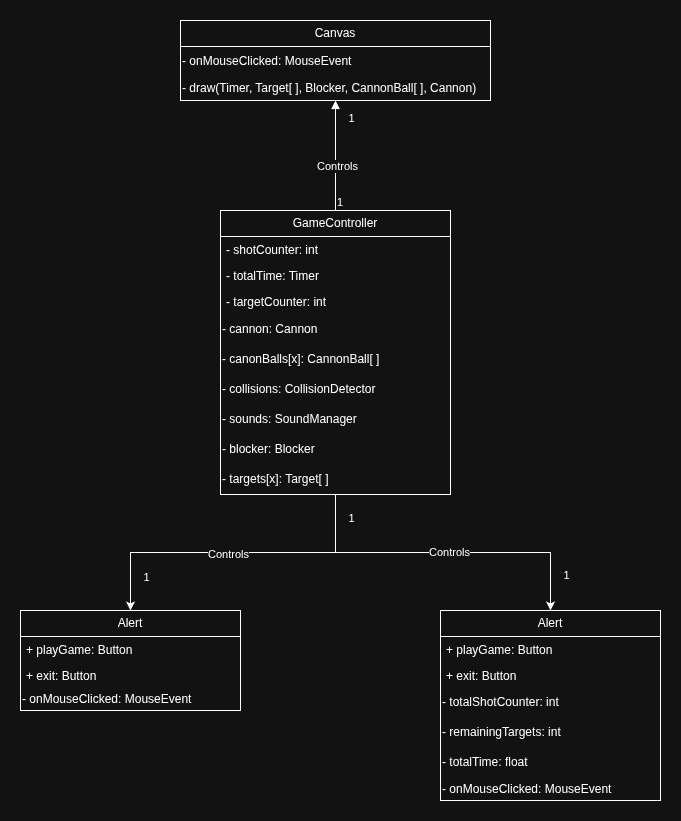
Earlier version of the draw.io export docs/UML/Class_Diagram_Merged.png (actellim/cannon_game). Source tidied: cells renumbered, new cells last; positions are measured from the earlier drawing's top-left corner, leaving out a move shared by most shapes.
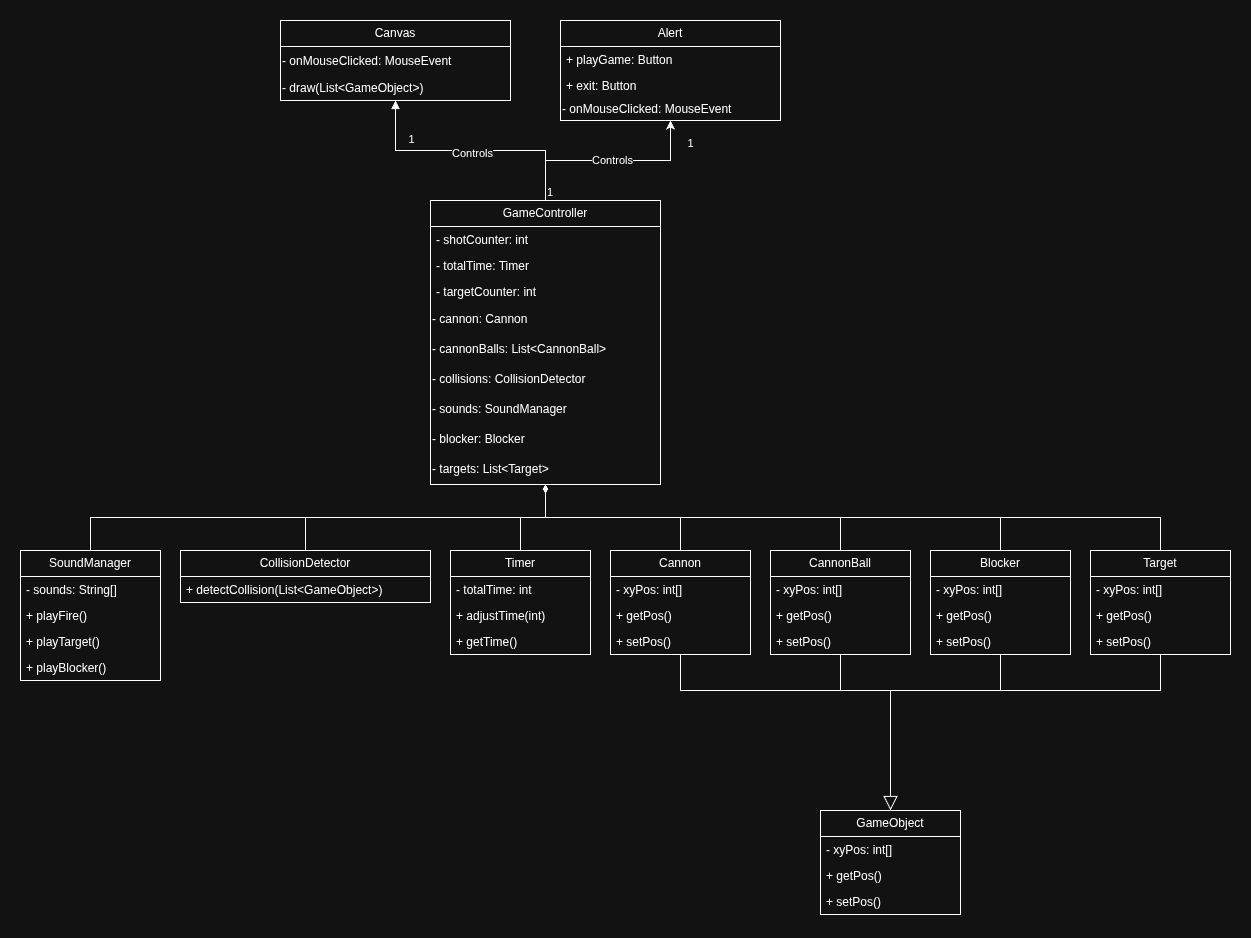
The same diagram one commit later.

Change to the diagram source:
```diff
@@ -2,24 +2,8 @@
   <root>
     <mxCell id="0" />
     <mxCell id="1" parent="0" />
-    <mxCell id="2" style="edgeStyle=orthogonalEdgeStyle;rounded=0;jettySize=auto;html=1;" parent="1" edge="1" source="6" target="22">
-      <mxGeometry relative="1" as="geometry" />
-    </mxCell>
-    <mxCell id="3" value="Controls" style="edgeLabel;html=1;align=center;verticalAlign=middle;" parent="2" vertex="1">
-      <mxGeometry x="0.03" y="1" relative="1" as="geometry" />
-    </mxCell>
-    <mxCell id="4" value="1" style="edgeLabel;html=1;align=center;verticalAlign=middle;" parent="2" vertex="1">
-      <mxGeometry x="-0.86" y="4" relative="1" as="geometry">
-        <mxPoint x="11" as="offset" />
-      </mxGeometry>
-    </mxCell>
-    <mxCell id="5" value="1" style="edgeLabel;html=1;align=center;verticalAlign=middle;" parent="2" vertex="1">
-      <mxGeometry x="0.79" y="-2" relative="1" as="geometry">
-        <mxPoint x="17" as="offset" />
-      </mxGeometry>
-    </mxCell>
     <mxCell id="6" value="GameController" style="swimlane;fontStyle=0;horizontal=1;startSize=26;fillColor=none;whiteSpace=wrap;html=1;" parent="1" vertex="1">
-      <mxGeometry x="200" y="190" width="230" height="284" as="geometry" />
+      <mxGeometry x="200" y="180" width="230" height="284" as="geometry" />
     </mxCell>
     <mxCell id="7" value="- shotCounter: int" style="text;strokeColor=none;fillColor=none;align=left;verticalAlign=top;spacingLeft=4;spacingRight=4;overflow=hidden;whiteSpace=wrap;html=1;" parent="6" vertex="1">
       <mxGeometry y="26" width="230" height="26" as="geometry" />
@@ -33,7 +17,7 @@
     <mxCell id="10" value="- cannon: Cannon" style="text;html=1;whiteSpace=wrap;strokeColor=none;fillColor=none;align=left;verticalAlign=middle;rounded=0;" parent="6" vertex="1">
       <mxGeometry y="104" width="230" height="30" as="geometry" />
     </mxCell>
-    <mxCell id="11" value="- canonBalls[x]: CannonBall[ ]" style="text;html=1;whiteSpace=wrap;strokeColor=none;fillColor=none;align=left;verticalAlign=middle;rounded=0;" parent="6" vertex="1">
+    <mxCell id="11" value="- cannonBalls: List&amp;lt;CannonBall&amp;gt;" style="text;html=1;whiteSpace=wrap;strokeColor=none;fillColor=none;align=left;verticalAlign=middle;rounded=0;" parent="6" vertex="1">
       <mxGeometry y="134" width="230" height="30" as="geometry" />
     </mxCell>
     <mxCell id="12" value="- collisions: CollisionDetector" style="text;html=1;whiteSpace=wrap;strokeColor=none;fillColor=none;align=left;verticalAlign=middle;rounded=0;" parent="6" vertex="1">
@@ -45,20 +29,25 @@
     <mxCell id="14" value="- blocker: Blocker" style="text;html=1;whiteSpace=wrap;strokeColor=none;fillColor=none;align=left;verticalAlign=middle;rounded=0;" parent="6" vertex="1">
       <mxGeometry y="224" width="230" height="30" as="geometry" />
     </mxCell>
-    <mxCell id="15" value="- targets[x]: Target[ ]" style="text;html=1;whiteSpace=wrap;strokeColor=none;fillColor=none;align=left;verticalAlign=middle;rounded=0;" parent="6" vertex="1">
+    <mxCell id="15" value="- targets: List&amp;lt;Target&amp;gt;" style="text;html=1;whiteSpace=wrap;strokeColor=none;fillColor=none;align=left;verticalAlign=middle;rounded=0;" parent="6" vertex="1">
       <mxGeometry y="254" width="230" height="30" as="geometry" />
     </mxCell>
     <mxCell id="16" value="Canvas" style="swimlane;fontStyle=0;horizontal=1;startSize=26;fillColor=none;whiteSpace=wrap;html=1;" parent="1" vertex="1">
-      <mxGeometry x="160" width="310" height="80" as="geometry" />
+      <mxGeometry x="50" width="230" height="80" as="geometry" />
     </mxCell>
     <mxCell id="17" value="- onMouseClicked: MouseEvent" style="text;html=1;whiteSpace=wrap;strokeColor=none;fillColor=none;align=left;verticalAlign=middle;rounded=0;" parent="16" vertex="1">
-      <mxGeometry y="26" width="310" height="30" as="geometry" />
+      <mxGeometry y="26" width="230" height="30" as="geometry" />
     </mxCell>
-    <mxCell id="18" value="- draw(Timer, Target[ ], Blocker, CannonBall[ ], Cannon)" style="text;html=1;whiteSpace=wrap;strokeColor=none;fillColor=none;align=left;verticalAlign=middle;rounded=0;" parent="16" vertex="1">
-      <mxGeometry y="56" width="310" height="24" as="geometry" />
+    <mxCell id="18" value="- draw(List&amp;lt;GameObject&amp;gt;)" style="text;html=1;whiteSpace=wrap;strokeColor=none;fillColor=none;align=left;verticalAlign=middle;rounded=0;" parent="16" vertex="1">
+      <mxGeometry y="56" width="230" height="24" as="geometry" />
     </mxCell>
     <mxCell id="19" value="Controls" style="endArrow=block;endFill=1;html=1;edgeStyle=orthogonalEdgeStyle;align=left;verticalAlign=top;rounded=0;entryX=0.5;entryY=1;entryDx=0;entryDy=0;exitX=0.5;exitY=0;exitDx=0;exitDy=0;" parent="1" edge="1" source="6" target="16">
-      <mxGeometry x="0.03" y="20" relative="1" as="geometry" />
+      <mxGeometry x="0.16" y="-10" relative="1" as="geometry">
+        <Array as="points">
+          <mxPoint x="315" y="130" />
+          <mxPoint x="165" y="130" />
+        </Array>
+      </mxGeometry>
     </mxCell>
     <mxCell id="20" value="1" style="edgeLabel;html=1;align=left;verticalAlign=bottom;" parent="19" vertex="1">
       <mxGeometry x="-1" relative="1" as="geometry" />
@@ -68,36 +57,19 @@
         <mxPoint x="13" as="offset" />
       </mxGeometry>
     </mxCell>
-    <mxCell id="22" value="Alert" style="swimlane;fontStyle=0;horizontal=1;startSize=26;fillColor=none;whiteSpace=wrap;html=1;" parent="1" vertex="1">
-      <mxGeometry y="590" width="220" height="100" as="geometry" />
-    </mxCell>
-    <mxCell id="23" value="+ playGame: Button" style="text;strokeColor=none;fillColor=none;align=left;verticalAlign=top;spacingLeft=4;spacingRight=4;overflow=hidden;whiteSpace=wrap;html=1;" parent="22" vertex="1">
-      <mxGeometry y="26" width="220" height="26" as="geometry" />
-    </mxCell>
-    <mxCell id="24" value="+ exit: Button" style="text;strokeColor=none;fillColor=none;align=left;verticalAlign=top;spacingLeft=4;spacingRight=4;overflow=hidden;whiteSpace=wrap;html=1;" parent="22" vertex="1">
-      <mxGeometry y="52" width="220" height="26" as="geometry" />
-    </mxCell>
-    <mxCell id="25" value="- onMouseClicked: MouseEvent" style="text;html=1;whiteSpace=wrap;strokeColor=none;fillColor=none;align=left;verticalAlign=middle;rounded=0;" parent="22" vertex="1">
-      <mxGeometry y="78" width="220" height="22" as="geometry" />
-    </mxCell>
     <mxCell id="26" style="edgeStyle=orthogonalEdgeStyle;rounded=0;jettySize=auto;html=1;" parent="1" edge="1" source="6" target="30">
       <mxGeometry relative="1" as="geometry" />
     </mxCell>
     <mxCell id="27" value="Controls" style="edgeLabel;html=1;align=center;verticalAlign=middle;" parent="26" vertex="1">
       <mxGeometry x="0.03" y="1" relative="1" as="geometry" />
     </mxCell>
-    <mxCell id="28" value="1" style="edgeLabel;html=1;align=center;verticalAlign=middle;" parent="26" vertex="1">
-      <mxGeometry x="-0.86" y="4" relative="1" as="geometry">
-        <mxPoint x="11" as="offset" />
-      </mxGeometry>
-    </mxCell>
     <mxCell id="29" value="1" style="edgeLabel;html=1;align=center;verticalAlign=middle;" parent="26" vertex="1">
       <mxGeometry x="0.79" y="-2" relative="1" as="geometry">
         <mxPoint x="17" as="offset" />
       </mxGeometry>
     </mxCell>
     <mxCell id="30" value="Alert" style="swimlane;fontStyle=0;horizontal=1;startSize=26;fillColor=none;whiteSpace=wrap;html=1;" parent="1" vertex="1">
-      <mxGeometry x="420" y="590" width="220" height="190" as="geometry" />
+      <mxGeometry x="330" width="220" height="100" as="geometry" />
     </mxCell>
     <mxCell id="31" value="+ playGame: Button" style="text;strokeColor=none;fillColor=none;align=left;verticalAlign=top;spacingLeft=4;spacingRight=4;overflow=hidden;whiteSpace=wrap;html=1;" parent="30" vertex="1">
       <mxGeometry y="26" width="220" height="26" as="geometry" />
@@ -105,20 +77,154 @@
     <mxCell id="32" value="+ exit: Button" style="text;strokeColor=none;fillColor=none;align=left;verticalAlign=top;spacingLeft=4;spacingRight=4;overflow=hidden;whiteSpace=wrap;html=1;" parent="30" vertex="1">
       <mxGeometry y="52" width="220" height="26" as="geometry" />
     </mxCell>
-    <mxCell id="33" style="group;" parent="30" vertex="1">
-      <mxGeometry y="78" width="220" height="90" as="geometry" />
-    </mxCell>
-    <mxCell id="34" value="- totalShotCounter: int" style="text;html=1;whiteSpace=wrap;strokeColor=none;fillColor=none;align=left;verticalAlign=top;rounded=0;" parent="33" vertex="1">
-      <mxGeometry width="130" height="30" as="geometry" />
-    </mxCell>
-    <mxCell id="35" value="- remainingTargets: int" style="text;html=1;whiteSpace=wrap;strokeColor=none;fillColor=none;align=left;verticalAlign=top;rounded=0;" parent="33" vertex="1">
-      <mxGeometry y="30" width="130" height="30" as="geometry" />
-    </mxCell>
-    <mxCell id="36" value="- totalTime: float" style="text;html=1;whiteSpace=wrap;strokeColor=none;fillColor=none;align=left;verticalAlign=top;rounded=0;" parent="33" vertex="1">
-      <mxGeometry y="60" width="130" height="30" as="geometry" />
-    </mxCell>
     <mxCell id="37" value="- onMouseClicked: MouseEvent" style="text;html=1;whiteSpace=wrap;strokeColor=none;fillColor=none;align=left;verticalAlign=middle;rounded=0;" parent="30" vertex="1">
-      <mxGeometry y="168" width="220" height="22" as="geometry" />
+      <mxGeometry y="78" width="220" height="22" as="geometry" />
     </mxCell>
+    <mxCell id="38" value="Timer" style="swimlane;fontStyle=0;horizontal=1;startSize=26;fillColor=none;whiteSpace=wrap;html=1;" parent="1" vertex="1">
+      <mxGeometry x="220" y="530" width="140" height="104" as="geometry" />
+    </mxCell>
+    <mxCell id="39" value="- totalTime: int" style="text;strokeColor=none;fillColor=none;align=left;verticalAlign=top;spacingLeft=4;spacingRight=4;overflow=hidden;whiteSpace=wrap;html=1;" parent="38" vertex="1">
+      <mxGeometry y="26" width="140" height="26" as="geometry" />
+    </mxCell>
+    <mxCell id="40" value="+ adjustTime(int)" style="text;strokeColor=none;fillColor=none;align=left;verticalAlign=top;spacingLeft=4;spacingRight=4;overflow=hidden;whiteSpace=wrap;html=1;" parent="38" vertex="1">
+      <mxGeometry y="52" width="140" height="26" as="geometry" />
+    </mxCell>
+    <mxCell id="41" value="+ getTime()" style="text;strokeColor=none;fillColor=none;align=left;verticalAlign=top;spacingLeft=4;spacingRight=4;overflow=hidden;whiteSpace=wrap;html=1;" parent="38" vertex="1">
+      <mxGeometry y="78" width="140" height="26" as="geometry" />
+    </mxCell>
+    <mxCell id="42" value="Cannon" style="swimlane;fontStyle=0;horizontal=1;startSize=26;fillColor=none;whiteSpace=wrap;html=1;" parent="1" vertex="1">
+      <mxGeometry x="380" y="530" width="140" height="104" as="geometry" />
+    </mxCell>
+    <mxCell id="43" value="- xyPos: int[]" style="text;strokeColor=none;fillColor=none;align=left;verticalAlign=top;spacingLeft=4;spacingRight=4;overflow=hidden;whiteSpace=wrap;html=1;" parent="42" vertex="1">
+      <mxGeometry y="26" width="140" height="26" as="geometry" />
+    </mxCell>
+    <mxCell id="44" value="+ getPos()" style="text;strokeColor=none;fillColor=none;align=left;verticalAlign=top;spacingLeft=4;spacingRight=4;overflow=hidden;whiteSpace=wrap;html=1;" parent="42" vertex="1">
+      <mxGeometry y="52" width="140" height="26" as="geometry" />
+    </mxCell>
+    <mxCell id="45" value="+ setPos()" style="text;strokeColor=none;fillColor=none;align=left;verticalAlign=top;spacingLeft=4;spacingRight=4;overflow=hidden;whiteSpace=wrap;html=1;" parent="42" vertex="1">
+      <mxGeometry y="78" width="140" height="26" as="geometry" />
+    </mxCell>
+    <mxCell id="46" value="CannonBall" style="swimlane;fontStyle=0;horizontal=1;startSize=26;fillColor=none;whiteSpace=wrap;html=1;" parent="1" vertex="1">
+      <mxGeometry x="540" y="530" width="140" height="104" as="geometry" />
+    </mxCell>
+    <mxCell id="47" value="- xyPos: int[]" style="text;strokeColor=none;fillColor=none;align=left;verticalAlign=top;spacingLeft=4;spacingRight=4;overflow=hidden;whiteSpace=wrap;html=1;" parent="46" vertex="1">
+      <mxGeometry y="26" width="140" height="26" as="geometry" />
+    </mxCell>
+    <mxCell id="48" value="+ getPos()" style="text;strokeColor=none;fillColor=none;align=left;verticalAlign=top;spacingLeft=4;spacingRight=4;overflow=hidden;whiteSpace=wrap;html=1;" parent="46" vertex="1">
+      <mxGeometry y="52" width="140" height="26" as="geometry" />
+    </mxCell>
+    <mxCell id="49" value="+ setPos()" style="text;strokeColor=none;fillColor=none;align=left;verticalAlign=top;spacingLeft=4;spacingRight=4;overflow=hidden;whiteSpace=wrap;html=1;" parent="46" vertex="1">
+      <mxGeometry y="78" width="140" height="26" as="geometry" />
+    </mxCell>
+    <mxCell id="50" value="CollisionDetector" style="swimlane;fontStyle=0;horizontal=1;startSize=26;fillColor=none;whiteSpace=wrap;html=1;" parent="1" vertex="1">
+      <mxGeometry x="-50" y="530" width="250" height="52" as="geometry" />
+    </mxCell>
+    <mxCell id="51" value="+ detectCollision(List&amp;lt;GameObject&amp;gt;)" style="text;strokeColor=none;fillColor=none;align=left;verticalAlign=top;spacingLeft=4;spacingRight=4;overflow=hidden;whiteSpace=wrap;html=1;" parent="50" vertex="1">
+      <mxGeometry y="26" width="250" height="26" as="geometry" />
+    </mxCell>
+    <mxCell id="52" value="Blocker" style="swimlane;fontStyle=0;horizontal=1;startSize=26;fillColor=none;whiteSpace=wrap;html=1;" parent="1" vertex="1">
+      <mxGeometry x="700" y="530" width="140" height="104" as="geometry" />
+    </mxCell>
+    <mxCell id="53" value="- xyPos: int[]" style="text;strokeColor=none;fillColor=none;align=left;verticalAlign=top;spacingLeft=4;spacingRight=4;overflow=hidden;whiteSpace=wrap;html=1;" parent="52" vertex="1">
+      <mxGeometry y="26" width="140" height="26" as="geometry" />
+    </mxCell>
+    <mxCell id="54" value="+ getPos()" style="text;strokeColor=none;fillColor=none;align=left;verticalAlign=top;spacingLeft=4;spacingRight=4;overflow=hidden;whiteSpace=wrap;html=1;" parent="52" vertex="1">
+      <mxGeometry y="52" width="140" height="26" as="geometry" />
+    </mxCell>
+    <mxCell id="55" value="+ setPos()" style="text;strokeColor=none;fillColor=none;align=left;verticalAlign=top;spacingLeft=4;spacingRight=4;overflow=hidden;whiteSpace=wrap;html=1;" parent="52" vertex="1">
+      <mxGeometry y="78" width="140" height="26" as="geometry" />
+    </mxCell>
+    <mxCell id="56" value="Target" style="swimlane;fontStyle=0;horizontal=1;startSize=26;fillColor=none;whiteSpace=wrap;html=1;" parent="1" vertex="1">
+      <mxGeometry x="860" y="530" width="140" height="104" as="geometry" />
+    </mxCell>
+    <mxCell id="57" value="- xyPos: int[]" style="text;strokeColor=none;fillColor=none;align=left;verticalAlign=top;spacingLeft=4;spacingRight=4;overflow=hidden;whiteSpace=wrap;html=1;" parent="56" vertex="1">
+      <mxGeometry y="26" width="140" height="26" as="geometry" />
+    </mxCell>
+    <mxCell id="58" value="+ getPos()" style="text;strokeColor=none;fillColor=none;align=left;verticalAlign=top;spacingLeft=4;spacingRight=4;overflow=hidden;whiteSpace=wrap;html=1;" parent="56" vertex="1">
+      <mxGeometry y="52" width="140" height="26" as="geometry" />
+    </mxCell>
+    <mxCell id="59" value="+ setPos()" style="text;strokeColor=none;fillColor=none;align=left;verticalAlign=top;spacingLeft=4;spacingRight=4;overflow=hidden;whiteSpace=wrap;html=1;" parent="56" vertex="1">
+      <mxGeometry y="78" width="140" height="26" as="geometry" />
+    </mxCell>
+    <mxCell id="60" value="SoundManager" style="swimlane;fontStyle=0;horizontal=1;startSize=26;fillColor=none;whiteSpace=wrap;html=1;" parent="1" vertex="1">
+      <mxGeometry x="-210" y="530" width="140" height="130" as="geometry" />
+    </mxCell>
+    <mxCell id="61" value="- sounds: String[]" style="text;strokeColor=none;fillColor=none;align=left;verticalAlign=top;spacingLeft=4;spacingRight=4;overflow=hidden;whiteSpace=wrap;html=1;" parent="60" vertex="1">
+      <mxGeometry y="26" width="140" height="26" as="geometry" />
+    </mxCell>
+    <mxCell id="62" value="+ playFire()" style="text;strokeColor=none;fillColor=none;align=left;verticalAlign=top;spacingLeft=4;spacingRight=4;overflow=hidden;whiteSpace=wrap;html=1;" parent="60" vertex="1">
+      <mxGeometry y="52" width="140" height="26" as="geometry" />
+    </mxCell>
+    <mxCell id="63" value="+ playTarget()" style="text;strokeColor=none;fillColor=none;align=left;verticalAlign=top;spacingLeft=4;spacingRight=4;overflow=hidden;whiteSpace=wrap;html=1;" parent="60" vertex="1">
+      <mxGeometry y="78" width="140" height="26" as="geometry" />
+    </mxCell>
+    <mxCell id="64" value="+ playBlocker()" style="text;strokeColor=none;fillColor=none;align=left;verticalAlign=top;spacingLeft=4;spacingRight=4;overflow=hidden;whiteSpace=wrap;html=1;" parent="60" vertex="1">
+      <mxGeometry y="104" width="140" height="26" as="geometry" />
+    </mxCell>
+    <mxCell id="65" value="GameObject" style="swimlane;fontStyle=0;horizontal=1;startSize=26;fillColor=none;whiteSpace=wrap;html=1;" parent="1" vertex="1">
+      <mxGeometry x="590" y="790" width="140" height="104" as="geometry" />
+    </mxCell>
+    <mxCell id="66" value="- xyPos: int[]" style="text;strokeColor=none;fillColor=none;align=left;verticalAlign=top;spacingLeft=4;spacingRight=4;overflow=hidden;whiteSpace=wrap;html=1;" parent="65" vertex="1">
+      <mxGeometry y="26" width="140" height="26" as="geometry" />
+    </mxCell>
+    <mxCell id="67" value="+ getPos()" style="text;strokeColor=none;fillColor=none;align=left;verticalAlign=top;spacingLeft=4;spacingRight=4;overflow=hidden;whiteSpace=wrap;html=1;" parent="65" vertex="1">
+      <mxGeometry y="52" width="140" height="26" as="geometry" />
+    </mxCell>
+    <mxCell id="68" value="+ setPos()" style="text;strokeColor=none;fillColor=none;align=left;verticalAlign=top;spacingLeft=4;spacingRight=4;overflow=hidden;whiteSpace=wrap;html=1;" parent="65" vertex="1">
+      <mxGeometry y="78" width="140" height="26" as="geometry" />
+    </mxCell>
+    <mxCell id="69" style="edgeStyle=orthogonalEdgeStyle;html=1;endSize=12;endArrow=block;endFill=0;rounded=0;" parent="1" edge="1" source="56" target="65">
+      <mxGeometry relative="1" as="geometry">
+        <Array as="points">
+          <mxPoint x="930" y="670" />
+          <mxPoint x="660" y="670" />
+        </Array>
+      </mxGeometry>
+    </mxCell>
+    <mxCell id="70" style="edgeStyle=orthogonalEdgeStyle;html=1;endSize=12;endArrow=block;endFill=0;rounded=0;" parent="1" edge="1" source="52" target="65">
+      <mxGeometry relative="1" as="geometry">
+        <Array as="points">
+          <mxPoint x="770" y="670" />
+          <mxPoint x="660" y="670" />
+        </Array>
+      </mxGeometry>
+    </mxCell>
+    <mxCell id="71" style="edgeStyle=orthogonalEdgeStyle;html=1;endSize=12;endArrow=block;endFill=0;rounded=0;" parent="1" edge="1" source="42" target="65">
+      <mxGeometry relative="1" as="geometry">
+        <Array as="points">
+          <mxPoint x="450" y="670" />
+          <mxPoint x="660" y="670" />
+        </Array>
+      </mxGeometry>
+    </mxCell>
+    <mxCell id="72" style="edgeStyle=orthogonalEdgeStyle;html=1;endSize=12;endArrow=block;endFill=0;rounded=0;" parent="1" edge="1" source="46" target="65">
+      <mxGeometry relative="1" as="geometry">
+        <Array as="points">
+          <mxPoint x="610" y="670" />
+          <mxPoint x="660" y="670" />
+        </Array>
+      </mxGeometry>
+    </mxCell>
+    <mxCell id="73" style="endArrow=none;html=1;endFill=0;startArrow=diamondThin;startFill=1;edgeStyle=elbowEdgeStyle;elbow=vertical;rounded=0;" parent="1" edge="1" source="6" target="60">
+      <mxGeometry relative="1" as="geometry" />
+    </mxCell>
+    <mxCell id="74" style="endArrow=none;html=1;endFill=0;startArrow=diamondThin;startFill=1;edgeStyle=elbowEdgeStyle;elbow=vertical;rounded=0;" parent="1" edge="1" source="6" target="50">
+      <mxGeometry relative="1" as="geometry" />
+    </mxCell>
+    <mxCell id="75" style="endArrow=none;html=1;endFill=0;startArrow=diamondThin;startFill=1;edgeStyle=elbowEdgeStyle;elbow=vertical;rounded=0;" parent="1" edge="1" source="6" target="38">
+      <mxGeometry relative="1" as="geometry" />
+    </mxCell>
+    <mxCell id="76" style="endArrow=none;html=1;endFill=0;startArrow=diamondThin;startFill=1;edgeStyle=elbowEdgeStyle;elbow=vertical;rounded=0;" parent="1" edge="1" source="6" target="42">
+      <mxGeometry relative="1" as="geometry" />
+    </mxCell>
+    <mxCell id="77" style="endArrow=none;html=1;endFill=0;startArrow=diamondThin;startFill=1;edgeStyle=elbowEdgeStyle;elbow=vertical;rounded=0;" parent="1" edge="1" source="6" target="46">
+      <mxGeometry relative="1" as="geometry" />
+    </mxCell>
+    <mxCell id="78" style="endArrow=none;html=1;endFill=0;startArrow=diamondThin;startFill=1;edgeStyle=elbowEdgeStyle;elbow=vertical;rounded=0;" parent="1" edge="1" source="6" target="52">
+      <mxGeometry relative="1" as="geometry" />
+    </mxCell>
+    <mxCell id="79" style="endArrow=none;html=1;endFill=0;startArrow=diamondThin;startFill=1;edgeStyle=elbowEdgeStyle;elbow=vertical;rounded=0;" parent="1" edge="1" source="6" target="56">
+      <mxGeometry relative="1" as="geometry" />
+    </mxCell>
   </root>
 </mxGraphModel>
```
